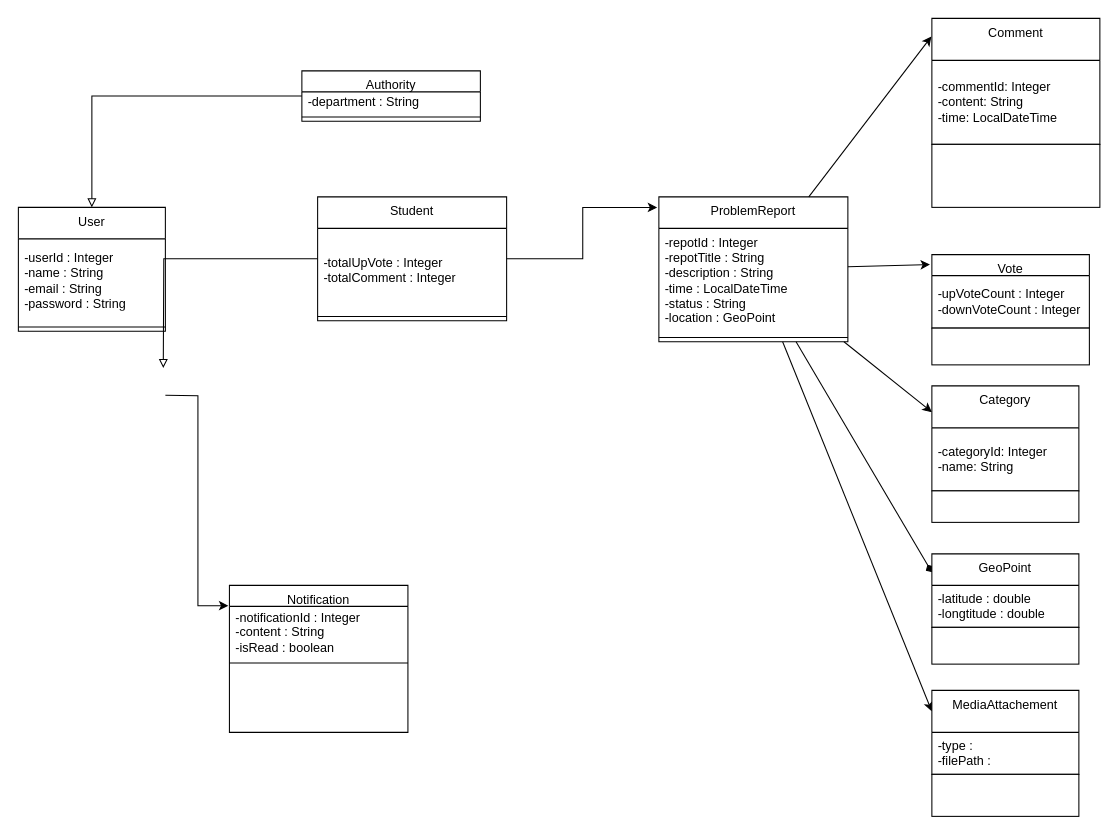
The draw.io diagram Untitled Diagram.drawio in hayatikocur/Student-Communication-and-Reporting-Network, before the edit. Source tidied: cells renumbered, new cells numbered last; positions are measured from the earlier drawing's top-left corner, leaving out a move shared by most shapes. Both pictures are drawn from the tidied source at 105%, with x=0, y=0 at pixel (18, 18).
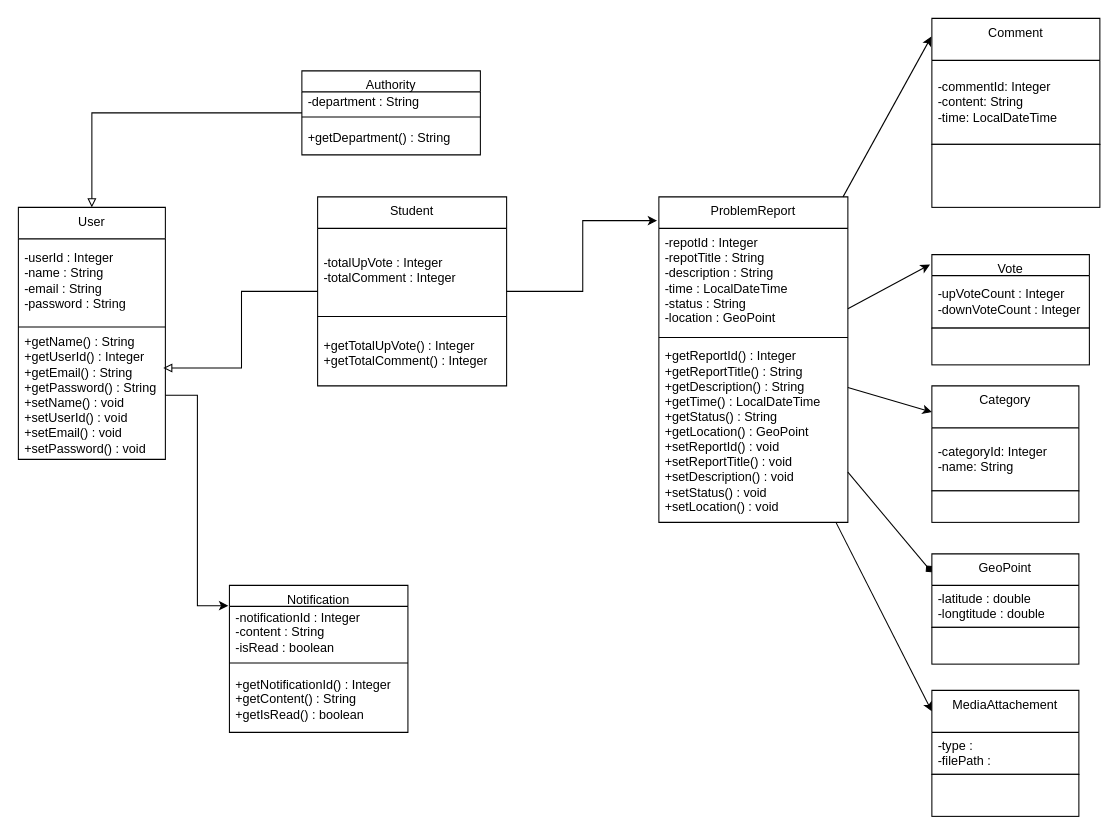
After the change.

Commit message:
Güncelleme Get Set Geri Geldi Untitled Diagram.drawio

Unchanged cells that the change refers to:
```xml
<mxCell id="13" value="Notification" style="swimlane;fontStyle=0;align=center;verticalAlign=top;horizontal=1;startSize=20;html=1;whiteSpace=wrap;" parent="1" vertex="1">
  <mxGeometry x="201" y="540" width="170" height="140" as="geometry" />
</mxCell>
```

Diff of the diagram source:
```diff
@@
     <mxCell id="2" value="User" style="swimlane;fontStyle=0;align=center;verticalAlign=top;horizontal=1;startSize=30;html=1;whiteSpace=wrap;" parent="1" vertex="1">
-      <mxGeometry y="180" width="140" height="118" as="geometry" />
+      <mxGeometry y="180" width="140" height="240" as="geometry" />
     </mxCell>
@@
+    <mxCell id="43" value="+getName() : String&lt;div&gt;+getUserId() : Integer&lt;/div&gt;&lt;div&gt;+getEmail() : String&lt;div&gt;+getPassword() : String&lt;br&gt;&lt;div&gt;+setName() : void&lt;div&gt;+setUserId() : void&lt;/div&gt;&lt;div&gt;+setEmail() : void&lt;div&gt;+setPassword() : void&lt;/div&gt;&lt;/div&gt;&lt;/div&gt;&lt;/div&gt;&lt;/div&gt;" style="text;html=1;strokeColor=none;fillColor=none;align=left;verticalAlign=middle;spacingLeft=4;spacingRight=4;overflow=hidden;points=[[0,0.5],[1,0.5]];portConstraint=eastwest;whiteSpace=wrap;" parent="2" vertex="1">
+      <mxGeometry y="118" width="140" height="122" as="geometry" />
+    </mxCell>
@@
     <mxCell id="6" value="Authority" style="swimlane;fontStyle=0;align=center;verticalAlign=top;horizontal=1;startSize=20;html=1;whiteSpace=wrap;" parent="1" vertex="1">
-      <mxGeometry x="270" y="50" width="170" height="48" as="geometry" />
+      <mxGeometry x="270" y="50" width="170" height="80" as="geometry" />
     </mxCell>
@@
+    <mxCell id="44" value="+getDepartment() : String" style="text;html=1;strokeColor=none;fillColor=none;align=left;verticalAlign=middle;spacingLeft=4;spacingRight=4;overflow=hidden;whiteSpace=wrap;" parent="6" vertex="1">
+      <mxGeometry y="48" width="170" height="32" as="geometry" />
+    </mxCell>
     <mxCell id="9" value="Student" style="swimlane;fontStyle=0;align=center;verticalAlign=top;horizontal=1;startSize=30;html=1;whiteSpace=wrap;" parent="1" vertex="1">
-      <mxGeometry x="285" y="170" width="180" height="118" as="geometry" />
+      <mxGeometry x="285" y="170" width="180" height="180" as="geometry" />
     </mxCell>
@@
+    <mxCell id="45" value="+getTotalUpVote() : Integer&lt;div&gt;+getTotalComment() : Integer&lt;/div&gt;" style="text;html=1;strokeColor=none;fillColor=none;align=left;verticalAlign=middle;spacingLeft=4;spacingRight=4;overflow=hidden;whiteSpace=wrap;" parent="9" vertex="1">
+      <mxGeometry y="118" width="180" height="62" as="geometry" />
+    </mxCell>
-    <mxCell id="12" style="edgeStyle=orthogonalEdgeStyle;rounded=0;jettySize=auto;html=1;entryX=0.986;entryY=0.287;entryDx=0;entryDy=0;entryPerimeter=0;endArrow=block;endFill=0;" parent="1" edge="1" source="9">
-      <mxGeometry relative="1" as="geometry">
-        <mxPoint x="138" y="333" as="targetPoint" />
-      </mxGeometry>
+    <mxCell id="12" style="edgeStyle=orthogonalEdgeStyle;rounded=0;jettySize=auto;html=1;entryX=0.986;entryY=0.287;entryDx=0;entryDy=0;entryPerimeter=0;endArrow=block;endFill=0;" parent="1" edge="1" source="9" target="43">
+      <mxGeometry relative="1" as="geometry" />
     </mxCell>
@@
-    <mxCell id="16" value="&lt;div&gt;&lt;br&gt;&lt;/div&gt;" style="text;html=1;strokeColor=none;fillColor=none;align=left;verticalAlign=middle;spacingLeft=4;spacingRight=4;overflow=hidden;whiteSpace=wrap;" parent="13" vertex="1">
+    <mxCell id="16" value="+getNotificationId() : Integer&lt;div&gt;+getContent() : String&lt;br&gt;&lt;/div&gt;&lt;div&gt;+getIsRead() : boolean&lt;br&gt;&lt;/div&gt;" style="text;html=1;strokeColor=none;fillColor=none;align=left;verticalAlign=middle;spacingLeft=4;spacingRight=4;overflow=hidden;whiteSpace=wrap;" parent="13" vertex="1">
       <mxGeometry y="78" width="170" height="62" as="geometry" />
     </mxCell>
-    <mxCell id="17" style="edgeStyle=orthogonalEdgeStyle;rounded=0;jettySize=auto;html=1;entryX=-0.006;entryY=0.138;entryDx=0;entryDy=0;entryPerimeter=0;" parent="1" edge="1" target="13">
-      <mxGeometry relative="1" as="geometry">
-        <mxPoint x="140" y="359" as="sourcePoint" />
-      </mxGeometry>
+    <mxCell id="17" style="edgeStyle=orthogonalEdgeStyle;rounded=0;jettySize=auto;html=1;entryX=-0.006;entryY=0.138;entryDx=0;entryDy=0;entryPerimeter=0;" parent="1" edge="1" source="43" target="13">
+      <mxGeometry relative="1" as="geometry" />
     </mxCell>
@@
     <mxCell id="21" value="ProblemReport" style="swimlane;fontStyle=0;align=center;verticalAlign=top;horizontal=1;startSize=30;html=1;whiteSpace=wrap;" parent="1" vertex="1">
-      <mxGeometry x="610" y="170" width="180" height="138" as="geometry" />
+      <mxGeometry x="610" y="170" width="180" height="310" as="geometry" />
     </mxCell>
@@
+    <mxCell id="46" value="&lt;div&gt;+getReportId() : Integer&lt;/div&gt;&lt;div&gt;+getReportTitle() : String&lt;/div&gt;&lt;div&gt;+getDescription() : String&lt;/div&gt;&lt;div&gt;+getTime() : LocalDateTime&lt;/div&gt;&lt;div&gt;+getStatus() : String&lt;/div&gt;&lt;div&gt;+getLocation() : GeoPoint&lt;/div&gt;&lt;div&gt;+setReportId() : void&lt;/div&gt;&lt;div&gt;+setReportTitle() : void&lt;/div&gt;&lt;div&gt;+setDescription() : void&lt;/div&gt;&lt;div&gt;+setStatus() : void&lt;/div&gt;&lt;div&gt;+setLocation() : void&lt;/div&gt;" style="text;html=1;strokeColor=none;fillColor=none;align=left;verticalAlign=middle;spacingLeft=4;spacingRight=4;overflow=hidden;whiteSpace=wrap;" parent="21" vertex="1">
+      <mxGeometry y="138" width="180" height="172" as="geometry" />
+    </mxCell>
```
